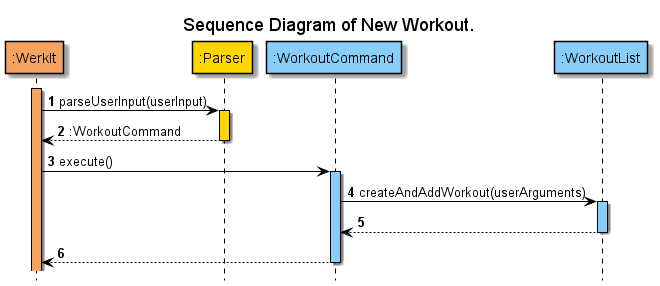
nus-cs2113-AY2122S2/tp keeps this PlantUML diagram as docs/uml/sequenceDiagrams/miscellaneous/images/logicComponentSD.png. Above is the earlier version.
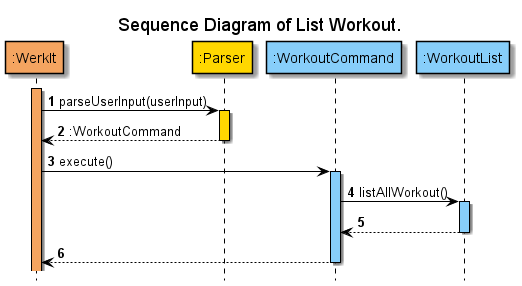
The same file after the commit.

Commit message:
Modify logic component SD and workout-related features class diagram

What changed in the source:
```diff
@@ -3,7 +3,7 @@
 hide footbox
 autonumber
 
-title Sequence Diagram of New Workout.
+title Sequence Diagram of List Workout.
 
 participant ":WerkIt" AS WerkIt COLOR_WERKIT
 participant ":Parser" AS Parser COLOR_PARSER
@@ -18,7 +18,7 @@
 
 WerkIt -> WorkoutCommand : execute()
 activate WorkoutCommand COLOR_LOGIC
-WorkoutCommand -> WorkoutList : createAndAddWorkout(userArguments)
+WorkoutCommand -> WorkoutList : listAllWorkout()
 activate WorkoutList COLOR_LOGIC
 WorkoutCommand <-- WorkoutList
 deactivate WorkoutList
```
